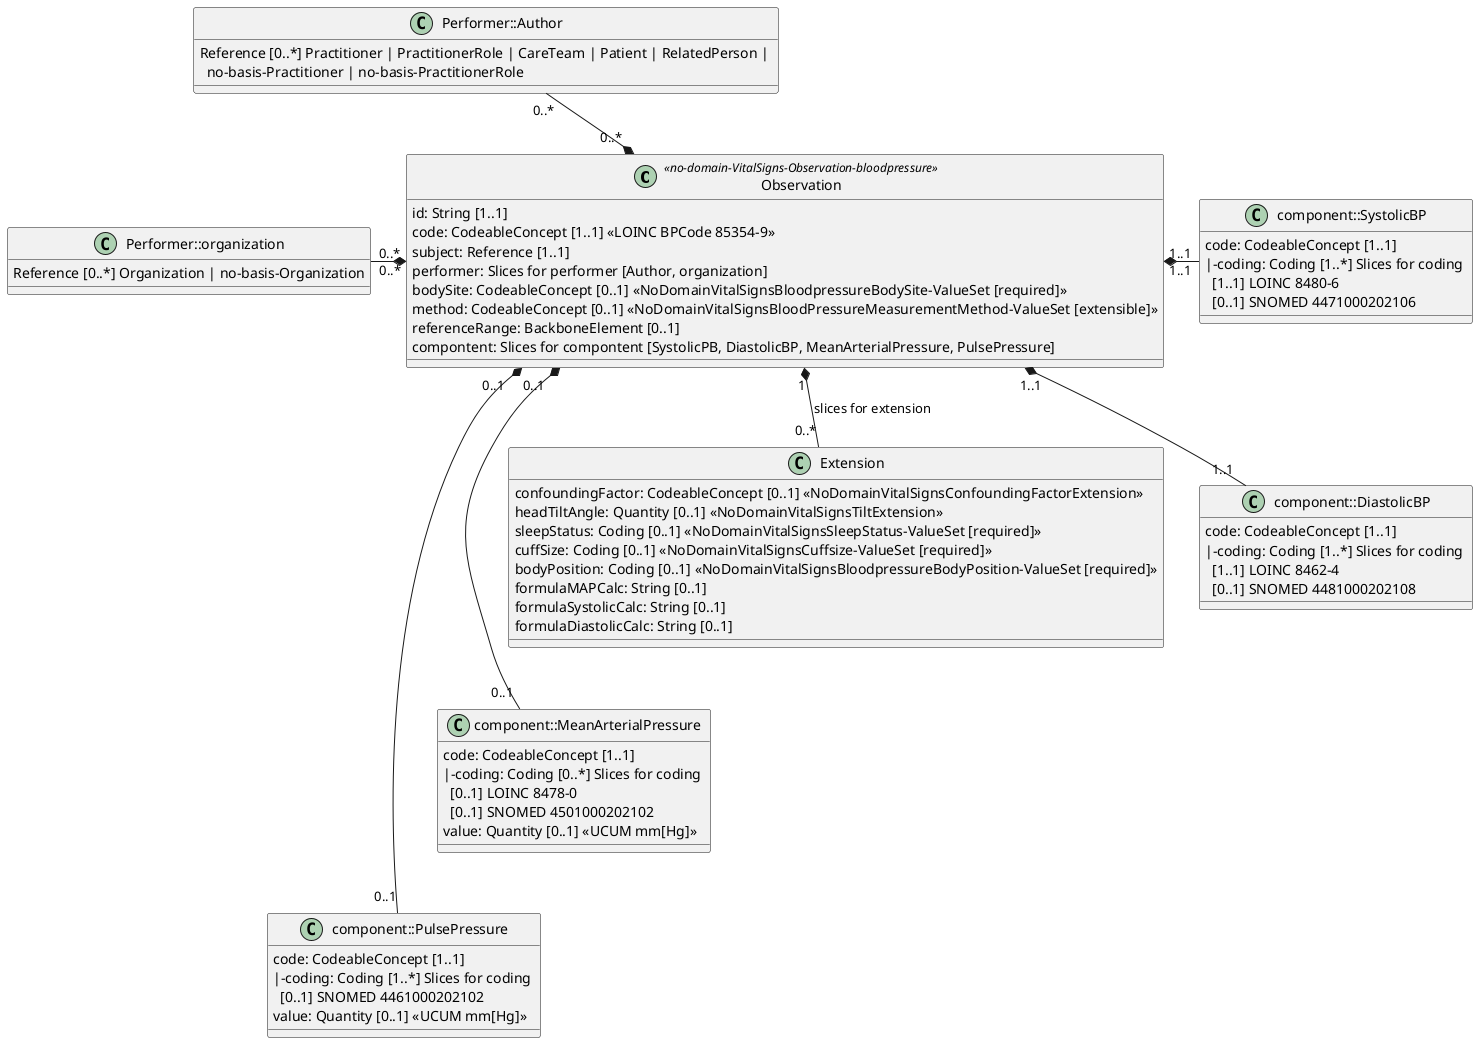
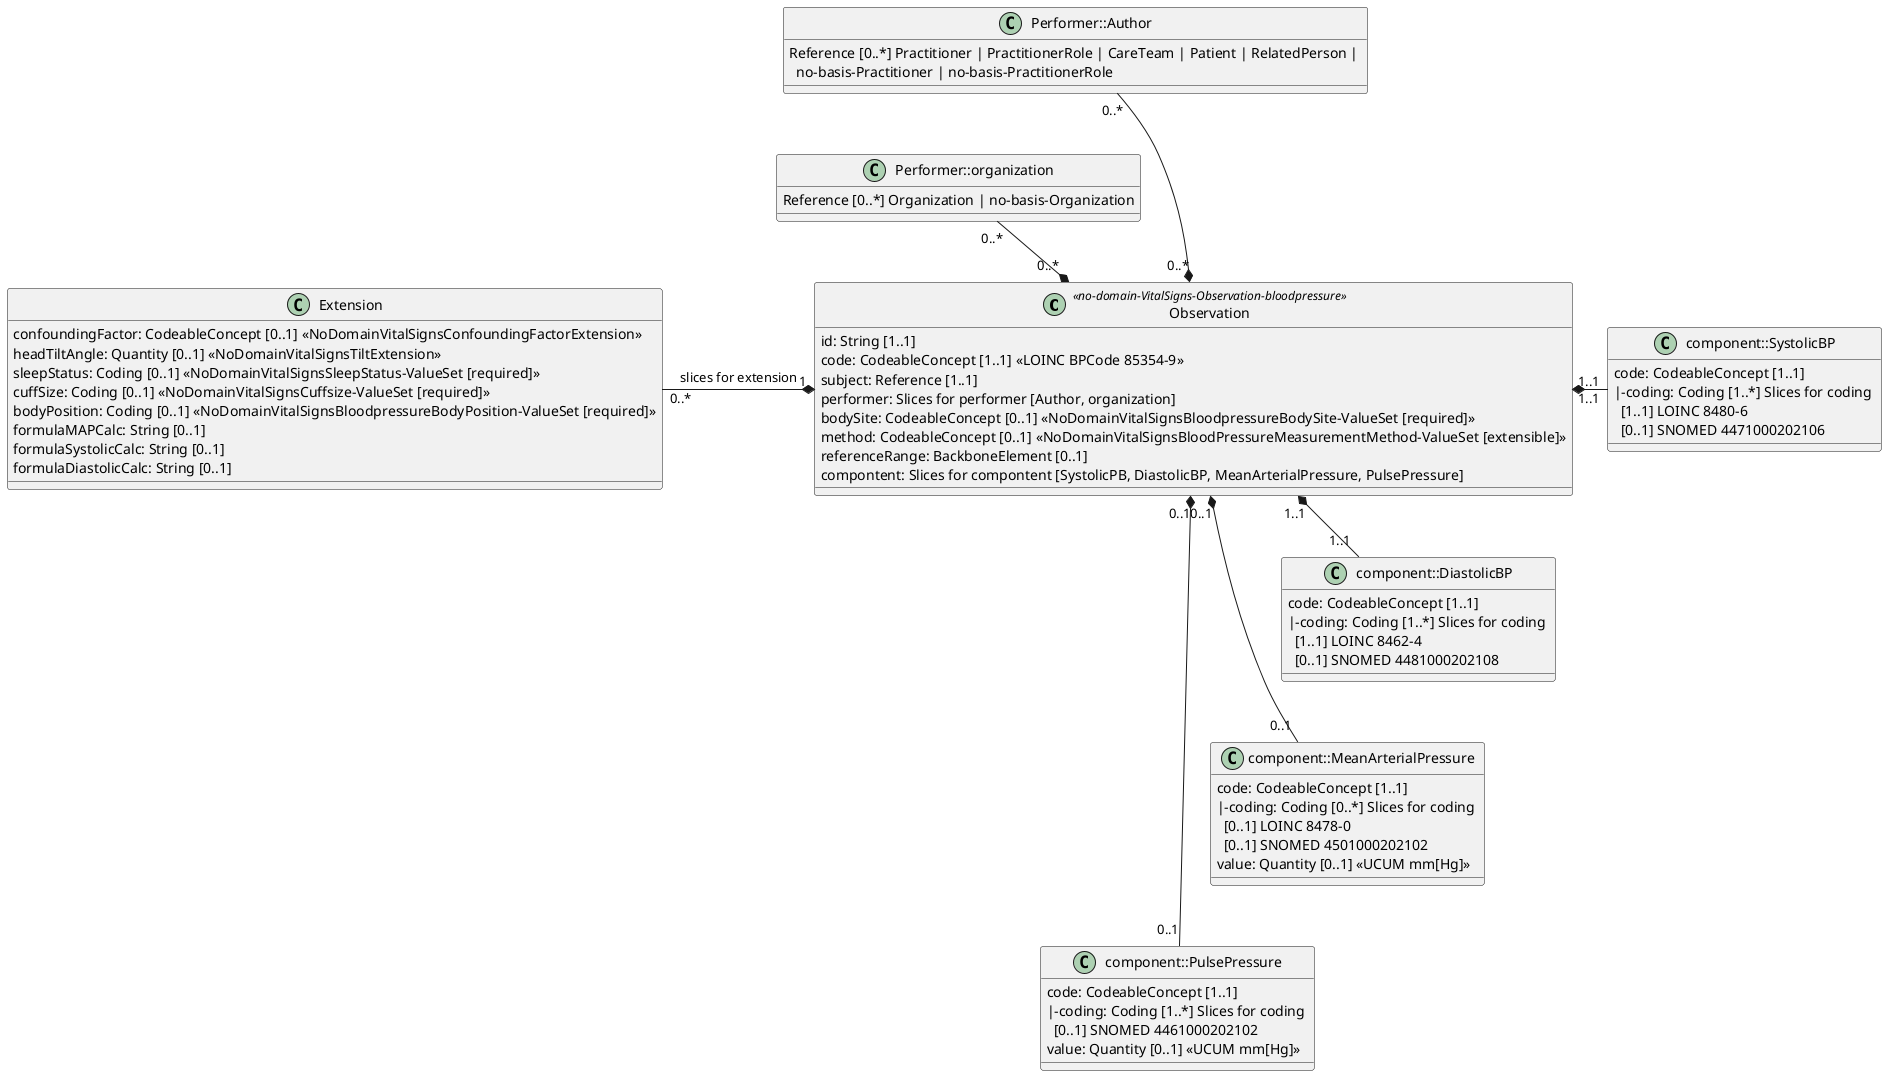
@startuml
' Hovedklasse Observation
class  Observation <<no-domain-VitalSigns-Observation-bloodpressure>> {
  id: String [1..1]
  'observation_bp: String [0..*] <<FHIR Blood Pressure Profile Norway>>
  code: CodeableConcept [1..1] <<LOINC BPCode 85354-9>>
  subject: Reference [1..1]
  performer: Slices for performer [Author, organization]
  bodySite: CodeableConcept [0..1] <<NoDomainVitalSignsBloodpressureBodySite-ValueSet [required]>>
  method: CodeableConcept [0..1] <<NoDomainVitalSignsBloodPressureMeasurementMethod-ValueSet [extensible]>>
  referenceRange: BackboneElement [0..1]
  compontent: Slices for compontent [SystolicPB, DiastolicBP, MeanArterialPressure, PulsePressure]
}

' Extension med slices
class Extension {
  confoundingFactor: CodeableConcept [0..1] <<NoDomainVitalSignsConfoundingFactorExtension>>
  headTiltAngle: Quantity [0..1] <<NoDomainVitalSignsTiltExtension>>
  sleepStatus: Coding [0..1] <<NoDomainVitalSignsSleepStatus-ValueSet [required]>>
  cuffSize: Coding [0..1] <<NoDomainVitalSignsCuffsize-ValueSet [required]>>
  bodyPosition: Coding [0..1] <<NoDomainVitalSignsBloodpressureBodyPosition-ValueSet [required]>>
  formulaMAPCalc: String [0..1]
  formulaSystolicCalc: String [0..1]
  formulaDiastolicCalc: String [0..1]
}

'class CodeableConcept {
'  coding: Coding [1..*]
'}

'class Coding {
'  system: URI [1..1]
'  code: String [1..1]
'}

class Performer::Author {
  Reference [0..*] Practitioner | PractitionerRole | CareTeam | Patient | RelatedPerson | \n  no-basis-Practitioner | no-basis-PractitionerRole
}

class Performer::organization {
  Reference [0..*] Organization | no-basis-Organization
}

'class BodySite {
'  coding: Coding [0..*] <<NoDomainVitalSignsBloodpressureBodySite-ValueSet (required)>>
'}

'class Method {
'  coding: Coding [0..*] <<NoDomainVitalSignsBloodPressureMeasurementMethod-ValueSet (extensible)>>
'}

class component::SystolicBP {
  code: CodeableConcept [1..1]
  |-coding: Coding [1..*] Slices for coding \n  [1..1] LOINC 8480-6 \n  [0..1] SNOMED 4471000202106
}

class component::DiastolicBP {
  code: CodeableConcept [1..1]
  |-coding: Coding [1..*] Slices for coding \n  [1..1] LOINC 8462-4\n  [0..1] SNOMED 4481000202108
}

class component::MeanArterialPressure {
  code: CodeableConcept [1..1]
  |-coding: Coding [0..*] Slices for coding \n  [0..1] LOINC 8478-0 \n  [0..1] SNOMED 4501000202102
  value: Quantity [0..1] <<UCUM mm[Hg]>>
}

class component::PulsePressure {
  code: CodeableConcept [1..1]
  |-coding: Coding [1..*] Slices for coding \n  [0..1] SNOMED 4461000202102
  value: Quantity [0..1] <<UCUM mm[Hg]>>
}

' Relasjoner
'Observation "0..*" *-- "0..*" Extension
'Observation "1..1" *-- "1..1" Reference : subject
'Observation "0..*" *-- "0..*" Performer : performer
'Observation "0..1" *-- "0..1" BodySite
'Observation "0..1" *-- "0..1" Method

'Observation "1..1" *-- "1..1" SystolicBP : component
'Observation "1..1" *-- "1..1" DiastolicBP : component
'Observation "0..1" *-- "0..1" MeanArterialPressure : component
'Observation "0..1" *-- "0..1" PulsePressure : component

- Observation "1" *-down- "0..*" Extension :slices for extension
Observation "0..*" *-left- "0..*" Performer::Author
Observation "0..*" *-left- "0..*" Performer::organization
+ Observation "1" *-left- "0..*" Extension :slices for extension
+ 
Performer::Author -down[hidden]- Performer::organization
+ Performer::organization -down[hidden]- Extension
+ 
+ Observation "1..1" *-right- "1..1" component::SystolicBP
+ Observation "1..1" *-right- "1..1" component::DiastolicBP
+ Observation "0..1" *-right- "0..1" component::MeanArterialPressure
+ Observation "0..1" *-right- "0..1" component::PulsePressure
+ component::SystolicBP -[hidden]down- component::DiastolicBP
+ component::DiastolicBP -[hidden]down- component::MeanArterialPressure
+ component::MeanArterialPressure -[hidden]down- component::PulsePressure
'Performer -[hidden]down- BodySite
'BodySite -[hidden]down- Method
'Method -[hidden]down- Extension
'Observation "0..1" *-left- "0..1" BodySite
'Observation "0..1" *-left- "0..1" Method
'Observation "0..*" *-right- "0..*" Component
'Component "1" *-- "1" CodeableConcept
'Component "1" *-- "1" Quantity
- Observation "1..1" *-right- "1..1" component::SystolicBP
- Observation "1..1" *-right- "1..1" component::DiastolicBP
- Observation "0..1" *-right- "0..1" component::MeanArterialPressure
- Observation "0..1" *-right- "0..1" component::PulsePressure
- component::SystolicBP -[hidden]down- component::DiastolicBP
- component::DiastolicBP -[hidden]down- component::MeanArterialPressure
- component::MeanArterialPressure -[hidden]down- component::PulsePressure
'SystolicBP "1" *-right- "1" CodeableConcept
'SystolicBP "1" *-right- "0..*" Coding
'DiastolicBP "1" *-right- "1" CodeableConcept
'DiastolicBP "1" *-right- "0..*" Coding
'MeanArterialPressure "1" *-right- "1" CodeableConcept
'MeanArterialPressure "1" *-right- "0..*" Coding
'PulsePressure "1" *-right- "1" CodeableConcept
'PulsePressure "1" *-right- "0..*" Coding

@enduml